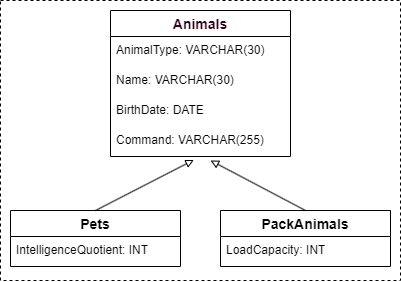
PDV-geekbrains/The-final-task-of-the-first-year-of-study keeps this draw.io diagram as OOP/ClassDiagram/class-diagram.png. Above is the earlier version. Source tidied: cells renumbered, new cells last; positions are measured from the earlier drawing's top-left corner, leaving out a move shared by most shapes.
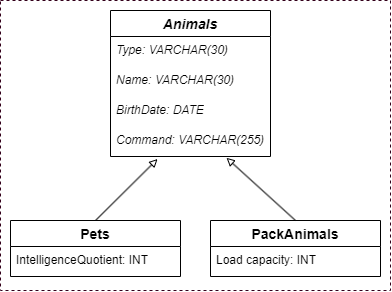
Later version of the same file.

Commit message:
Class-diagram is changed.

Change to the diagram source:
```diff
@@ -2,40 +2,40 @@
   <root>
     <mxCell id="0" />
     <mxCell id="1" parent="0" />
+    <mxCell id="14" style="rounded=0;whiteSpace=wrap;html=1;dashed=1;strokeColor=#33001A;fillColor=none;" parent="1" vertex="1">
+      <mxGeometry x="-130" y="-20" width="390" height="290" as="geometry" />
+    </mxCell>
-    <mxCell id="2" value="Animals" style="swimlane;fontStyle=1;horizontal=1;startSize=26;align=center;fontSize=14;fontColor=#33001A;" parent="1" vertex="1">
-      <mxGeometry x="110" y="10" width="180" height="146" as="geometry" />
+    <mxCell id="2" value="Animals" style="swimlane;fontStyle=3;horizontal=1;startSize=26;align=center;fontSize=14;" parent="1" vertex="1">
+      <mxGeometry x="-20" y="-10" width="160" height="146" as="geometry" />
     </mxCell>
-    <mxCell id="3" value="AnimalType: VARCHAR(30)" style="text;strokeColor=none;fillColor=none;spacingLeft=4;spacingRight=4;overflow=hidden;fontSize=12;whiteSpace=wrap;html=1;" parent="2" vertex="1">
-      <mxGeometry y="26" width="180" height="30" as="geometry" />
-    </mxCell>
+    <mxCell id="15" value="&lt;i&gt;Type: VARCHAR(30)&lt;/i&gt;" style="text;strokeColor=none;fillColor=none;spacingLeft=4;spacingRight=4;overflow=hidden;fontSize=12;whiteSpace=wrap;html=1;" parent="2" vertex="1">
+      <mxGeometry y="26" width="160" height="30" as="geometry" />
+    </mxCell>
-    <mxCell id="4" value="Name: VARCHAR(30)" style="text;strokeColor=none;fillColor=none;spacingLeft=4;spacingRight=4;overflow=hidden;fontSize=12;whiteSpace=wrap;html=1;" parent="2" vertex="1">
-      <mxGeometry y="56" width="180" height="30" as="geometry" />
+    <mxCell id="4" value="&lt;i&gt;Name: VARCHAR(30)&lt;/i&gt;" style="text;strokeColor=none;fillColor=none;spacingLeft=4;spacingRight=4;overflow=hidden;fontSize=12;whiteSpace=wrap;html=1;" parent="2" vertex="1">
+      <mxGeometry y="56" width="160" height="30" as="geometry" />
     </mxCell>
-    <mxCell id="5" value="BirthDate: DATE" style="text;strokeColor=none;fillColor=none;spacingLeft=4;spacingRight=4;overflow=hidden;fontSize=12;whiteSpace=wrap;html=1;" parent="2" vertex="1">
-      <mxGeometry y="86" width="180" height="30" as="geometry" />
+    <mxCell id="5" value="&lt;i&gt;BirthDate: DATE&lt;/i&gt;" style="text;strokeColor=none;fillColor=none;spacingLeft=4;spacingRight=4;overflow=hidden;fontSize=12;whiteSpace=wrap;html=1;" parent="2" vertex="1">
+      <mxGeometry y="86" width="160" height="30" as="geometry" />
     </mxCell>
-    <mxCell id="6" value="Command: VARCHAR(255)" style="text;strokeColor=none;fillColor=none;spacingLeft=4;spacingRight=4;overflow=hidden;points=[[0,0.5],[1,0.5]];portConstraint=eastwest;fontSize=12;whiteSpace=wrap;html=1;" parent="2" vertex="1">
-      <mxGeometry y="116" width="180" height="30" as="geometry" />
+    <mxCell id="6" value="&lt;i&gt;Command: VARCHAR(255)&lt;/i&gt;" style="text;strokeColor=none;fillColor=none;spacingLeft=4;spacingRight=4;overflow=hidden;points=[[0,0.5],[1,0.5]];portConstraint=eastwest;fontSize=12;whiteSpace=wrap;html=1;" parent="2" vertex="1">
+      <mxGeometry y="116" width="160" height="30" as="geometry" />
     </mxCell>
     <mxCell id="7" value="Pets" style="swimlane;fontStyle=1;horizontal=1;startSize=26;align=center;fontSize=14;" parent="1" vertex="1">
-      <mxGeometry x="10" y="210" width="170" height="56" as="geometry" />
+      <mxGeometry x="-120" y="200" width="170" height="56" as="geometry" />
     </mxCell>
-    <mxCell id="8" value="IntelligenceQuotient: INT" style="text;strokeColor=none;fillColor=none;spacingLeft=4;spacingRight=4;overflow=hidden;fontSize=12;whiteSpace=wrap;html=1;" parent="7" vertex="1">
-      <mxGeometry y="26" width="170" height="30" as="geometry" />
-    </mxCell>
+    <mxCell id="16" value="&lt;font&gt;I&lt;a style=&quot;text-decoration-line: none; -webkit-tap-highlight-color: rgba(0, 0, 0, 0.1); outline: 0px; font-family: Arial, sans-serif; background-color: rgb(255, 255, 255);&quot; href=&quot;https://www.google.com/search?newwindow=1&amp;amp;sca_esv=2433d8e49118b21f&amp;amp;q=intelligence+quotient&amp;amp;si=ACC90nyDA_Ffxcx44Ha3iwqiEPuuktaGQL1MQtsV6VsA3zQlFN0ZOQ6HJ0S23fcacMbaDsvB5ZfHsx-2UzgJ7Thpl2QMI8XCdysuDT50Gl3F6nfrv01czlxUzdBSlhqO8SCqy0jkRoBC&amp;amp;expnd=1&amp;amp;sa=X&amp;amp;ved=2ahUKEwih_6ql07uKAxVoLBAIHXjEK5AQgCt6BAg9EA0&quot; class=&quot;rMNQNe&quot;&gt;&lt;font color=&quot;#000000&quot;&gt;ntelligenceQuotient&lt;/font&gt;&lt;/a&gt;: INT&lt;/font&gt;" style="text;strokeColor=none;fillColor=none;spacingLeft=4;spacingRight=4;overflow=hidden;fontSize=12;whiteSpace=wrap;html=1;" parent="7" vertex="1">
+      <mxGeometry y="26" width="170" height="30" as="geometry" />
+    </mxCell>
     <mxCell id="9" value="PackAnimals" style="swimlane;fontStyle=1;horizontal=1;startSize=26;align=center;fontSize=14;" parent="1" vertex="1">
-      <mxGeometry x="220" y="210" width="170" height="56" as="geometry" />
+      <mxGeometry x="80" y="200" width="170" height="56" as="geometry" />
     </mxCell>
-    <mxCell id="10" value="LoadCapacity: INT" style="text;strokeColor=none;fillColor=none;spacingLeft=4;spacingRight=4;overflow=hidden;fontSize=12;whiteSpace=wrap;html=1;" parent="9" vertex="1">
-      <mxGeometry y="26" width="170" height="30" as="geometry" />
-    </mxCell>
-    <mxCell id="11" style="rounded=0;whiteSpace=wrap;html=1;fillColor=none;dashed=1;" parent="1" vertex="1">
-      <mxGeometry width="400" height="280" as="geometry" />
-    </mxCell>
+    <mxCell id="17" value="&lt;span style=&quot;white-space-collapse: preserve;&quot;&gt;Load &lt;/span&gt;&lt;span style=&quot;white-space-collapse: preserve;&quot; class=&quot;EzKURWReUAB5oZgtQNkl&quot;&gt;capacity&lt;/span&gt;: INT" style="text;strokeColor=none;fillColor=none;spacingLeft=4;spacingRight=4;overflow=hidden;fontSize=12;whiteSpace=wrap;html=1;" parent="9" vertex="1">
+      <mxGeometry y="26" width="170" height="30" as="geometry" />
+    </mxCell>
-    <mxCell id="12" style="endArrow=block;html=1;rounded=0;exitX=0.5;exitY=0;exitDx=0;exitDy=0;entryX=0.463;entryY=1.115;entryDx=0;entryDy=0;entryPerimeter=0;endFill=0;" parent="1" edge="1" source="7" target="6">
+    <mxCell id="12" style="endArrow=block;html=1;rounded=0;exitX=0.5;exitY=0;exitDx=0;exitDy=0;entryX=0.294;entryY=1.084;entryDx=0;entryDy=0;entryPerimeter=0;endFill=0;" parent="1" edge="1" source="7" target="6">
       <mxGeometry relative="1" as="geometry" />
     </mxCell>
-    <mxCell id="13" style="endArrow=block;html=1;rounded=0;exitX=0.5;exitY=0;exitDx=0;exitDy=0;entryX=0.556;entryY=1.133;entryDx=0;entryDy=0;entryPerimeter=0;endFill=0;" parent="1" edge="1" source="9" target="6">
+    <mxCell id="13" style="endArrow=block;html=1;rounded=0;endFill=0;entryX=0.725;entryY=1.044;entryDx=0;entryDy=0;entryPerimeter=0;exitX=0.5;exitY=0;exitDx=0;exitDy=0;" parent="1" edge="1" source="9" target="6">
       <mxGeometry relative="1" as="geometry" />
     </mxCell>
   </root>
```
